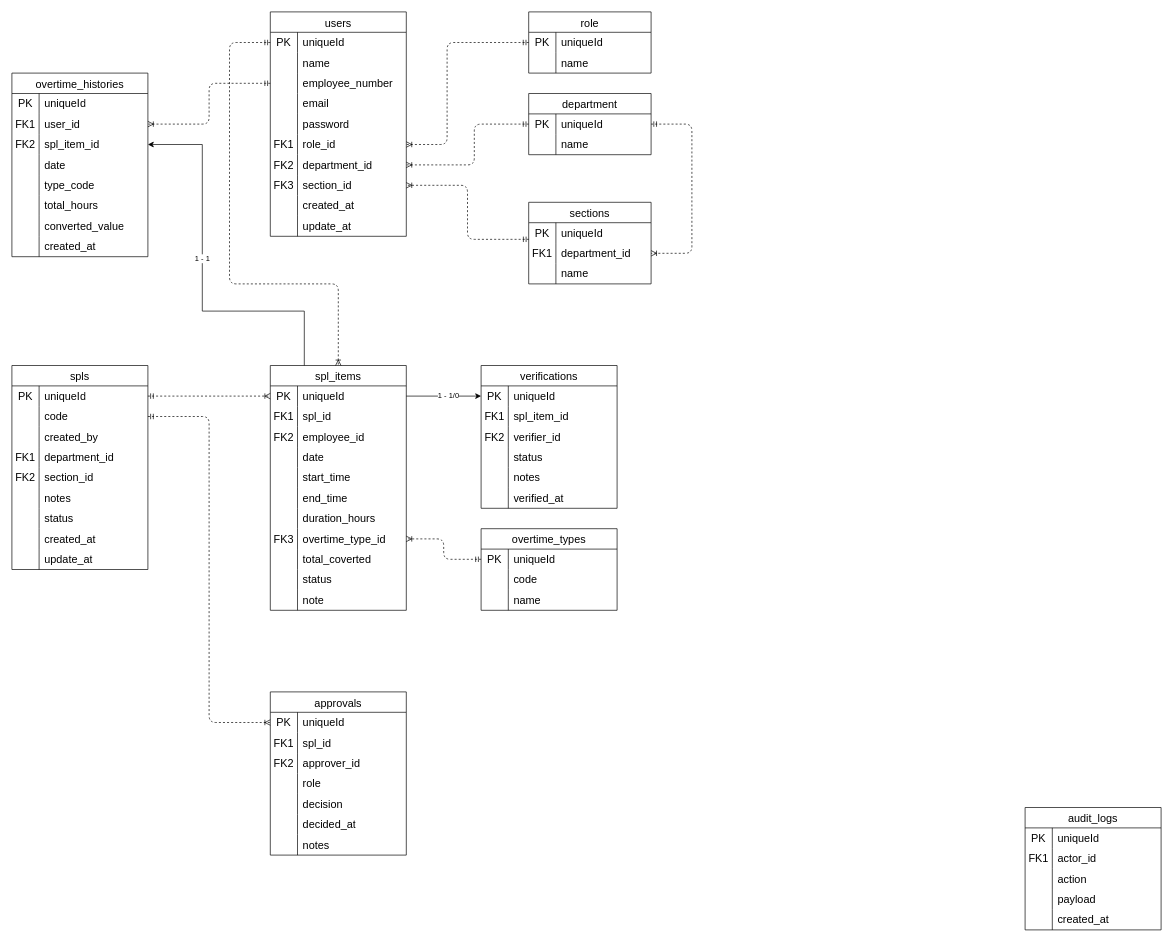
Hudha11/dbd-surat-perintah-lembur keeps this draw.io diagram as Surat Perintah Lembur.drawio. Above is the earlier version. Source tidied: cells renumbered, new cells numbered last; positions are measured from the earlier drawing's top-left corner, leaving out a move shared by most shapes. Both pictures are drawn from the tidied source at 68%, with x=0, y=0 at pixel (12, 12).
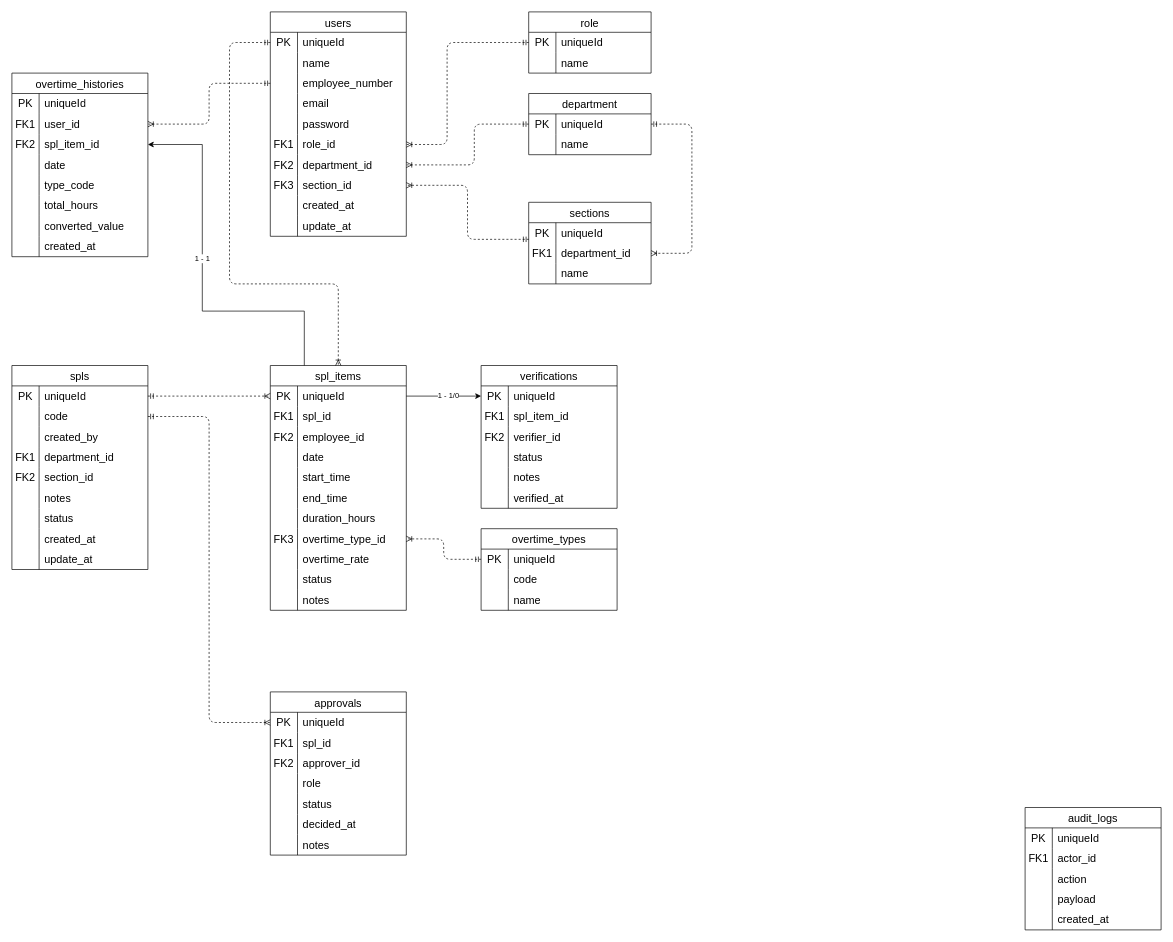
The same page after the edit.

Unchanged cells that the change refers to:
```xml
<mxCell id="115" style="shape=tableRow;horizontal=0;startSize=0;swimlaneHead=0;swimlaneBody=0;top=0;left=0;bottom=0;right=0;fillColor=none;strokeColor=inherit;fontSize=16;" parent="90" vertex="1">
  <mxGeometry y="270" width="200" height="30" as="geometry" />
</mxCell>
<mxCell id="121" style="shape=tableRow;horizontal=0;startSize=0;swimlaneHead=0;swimlaneBody=0;top=0;left=0;bottom=0;right=0;fillColor=none;strokeColor=inherit;fontSize=16;" parent="90" vertex="1">
  <mxGeometry y="330" width="200" height="30" as="geometry" />
</mxCell>
<mxCell id="137" style="shape=tableRow;horizontal=0;startSize=0;swimlaneHead=0;swimlaneBody=0;top=0;left=0;bottom=0;right=0;fillColor=none;strokeColor=inherit;fontSize=16;" parent="124" vertex="1">
  <mxGeometry y="150" width="200" height="30" as="geometry" />
</mxCell>
```

Change to the diagram source:
```diff
@@
-    <mxCell id="117" value="total_coverted" style="shape=partialRectangle;html=1;whiteSpace=wrap;fillColor=none;top=0;left=0;bottom=0;right=0;align=left;spacingLeft=6;overflow=hidden;strokeColor=inherit;fontSize=16;" parent="115" vertex="1">
+    <mxCell id="117" value="overtime_rate" style="shape=partialRectangle;html=1;whiteSpace=wrap;fillColor=none;top=0;left=0;bottom=0;right=0;align=left;spacingLeft=6;overflow=hidden;strokeColor=inherit;fontSize=16;" parent="115" vertex="1">
       <mxGeometry x="40" width="160" height="30" as="geometry" />
     </mxCell>
@@
-    <mxCell id="123" value="note" style="shape=partialRectangle;html=1;whiteSpace=wrap;fillColor=none;top=0;left=0;bottom=0;right=0;align=left;spacingLeft=6;overflow=hidden;strokeColor=inherit;fontSize=16;" parent="121" vertex="1">
+    <mxCell id="123" value="notes" style="shape=partialRectangle;html=1;whiteSpace=wrap;fillColor=none;top=0;left=0;bottom=0;right=0;align=left;spacingLeft=6;overflow=hidden;strokeColor=inherit;fontSize=16;" parent="121" vertex="1">
       <mxGeometry x="40" width="160" height="30" as="geometry" />
     </mxCell>
@@
-    <mxCell id="139" value="decision" style="shape=partialRectangle;html=1;whiteSpace=wrap;fillColor=none;top=0;left=0;bottom=0;right=0;align=left;spacingLeft=6;overflow=hidden;strokeColor=inherit;fontSize=16;" parent="137" vertex="1">
+    <mxCell id="139" value="status" style="shape=partialRectangle;html=1;whiteSpace=wrap;fillColor=none;top=0;left=0;bottom=0;right=0;align=left;spacingLeft=6;overflow=hidden;strokeColor=inherit;fontSize=16;" parent="137" vertex="1">
       <mxGeometry x="40" width="160" height="30" as="geometry" />
     </mxCell>
```
